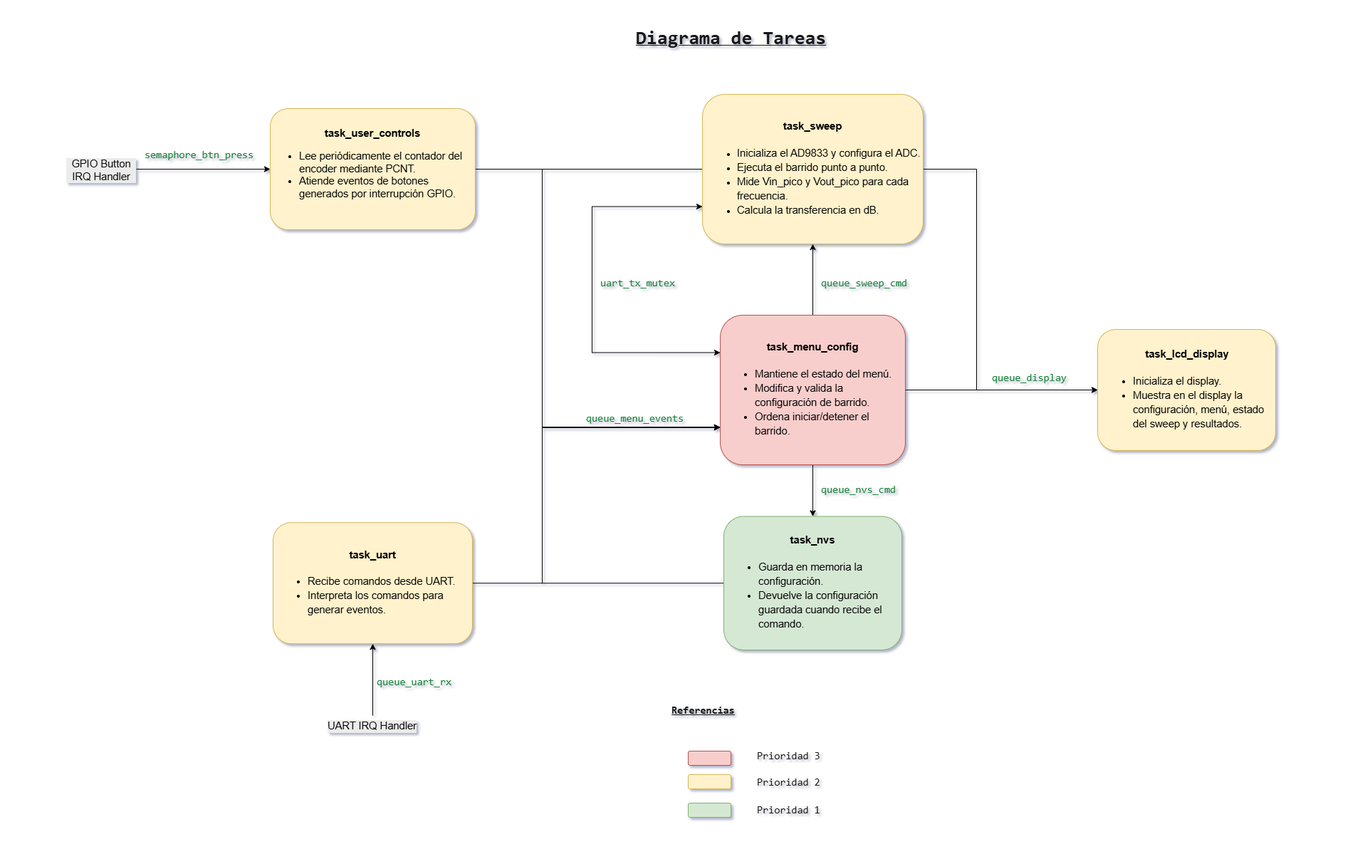
Earlier version of the draw.io export 1_ega/1_informes/Diagrama de Tareas.png (utn-fra-td3/2026_td3). Source tidied: cells renumbered, new cells last; positions are measured from the earlier drawing's top-left corner, leaving out a move shared by most shapes.
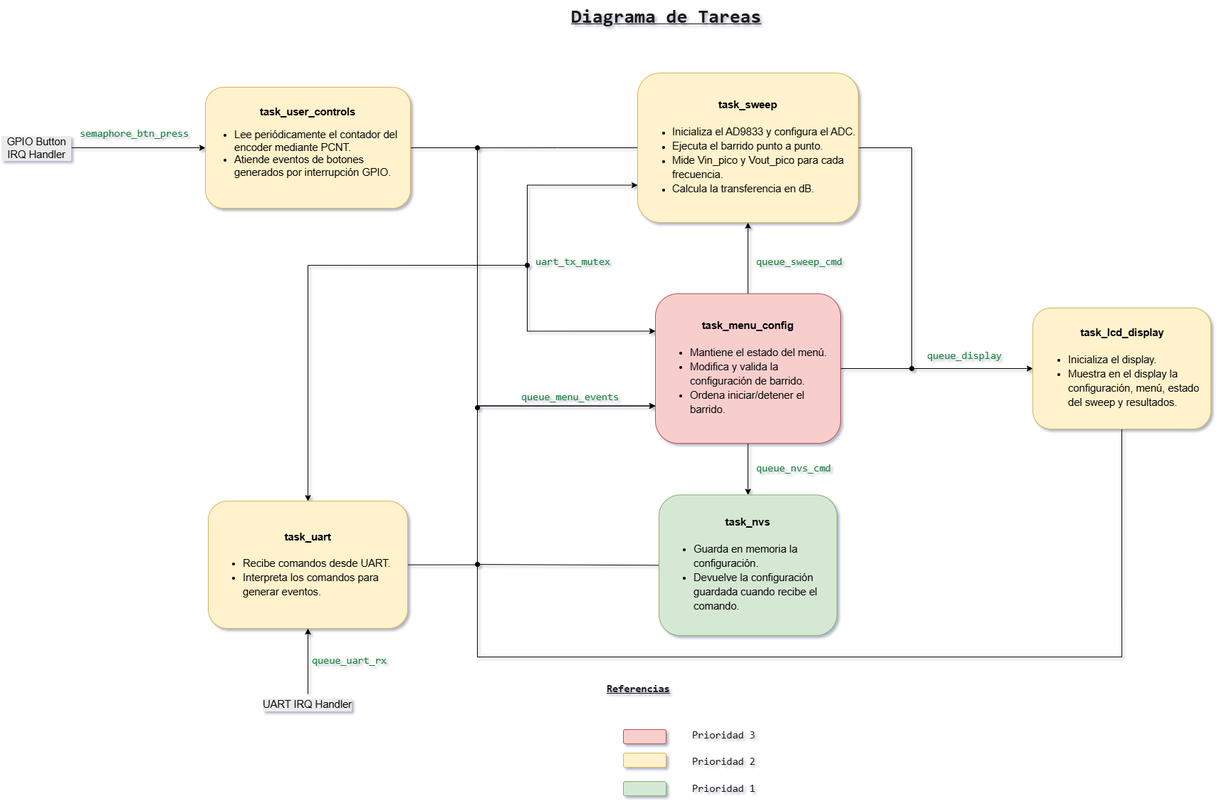
The same diagram one commit later.

Commit message:
actualizar diagrama de tareas

Change to the diagram source:
```diff
@@ -2,22 +2,21 @@
   <root>
     <mxCell id="0" />
     <mxCell id="1" parent="0" />
-    <mxCell id="2" style="edgeStyle=orthogonalEdgeStyle;rounded=0;jettySize=auto;html=1;exitX=1;exitY=0.5;exitDx=0;exitDy=0;entryX=0;entryY=0.75;entryDx=0;entryDy=0;" parent="1" edge="1" source="3" target="7">
-      <mxGeometry relative="1" as="geometry">
-        <Array as="points">
-          <mxPoint x="670" y="207" />
-          <mxPoint x="670" y="569" />
-        </Array>
-      </mxGeometry>
-    </mxCell>
+    <mxCell id="36" style="edgeStyle=orthogonalEdgeStyle;rounded=0;jettySize=auto;html=1;exitX=1;exitY=0.5;exitDx=0;exitDy=0;endArrow=oval;endFill=1;" parent="1" edge="1" source="3">
+      <mxGeometry relative="1" as="geometry">
+        <mxPoint x="670" y="572" as="targetPoint" />
+      </mxGeometry>
+    </mxCell>
     <mxCell id="3" value="&lt;span id=&quot;docs-internal-guid-f5e25c48-7fff-7aae-887c-bf0aa9529bf6&quot;&gt;&lt;span style=&quot;font-size: 11pt; font-family: Arial, sans-serif; background-color: transparent; font-weight: 700; font-variant: normal; vertical-align: baseline; white-space: pre-wrap;&quot;&gt;task_user_controls&lt;/span&gt;&lt;/span&gt;&lt;div&gt;&lt;span style=&quot;font-size: 14.6667px; white-space: pre-wrap; font-family: Arial, sans-serif; background-color: transparent; color: light-dark(rgb(0, 0, 0), rgb(255, 255, 255));&quot;&gt;&lt;ul&gt;&lt;li style=&quot;text-align: left;&quot;&gt;&lt;span style=&quot;font-size: 14.6667px; white-space: pre-wrap; font-family: Arial, sans-serif; background-color: transparent; color: light-dark(rgb(0, 0, 0), rgb(255, 255, 255));&quot;&gt;Lee periódicamente el contador del encoder mediante PCNT.&lt;br&gt;&lt;/span&gt;&lt;/li&gt;&lt;li style=&quot;text-align: left;&quot;&gt;&lt;span style=&quot;font-size: 14.6667px; white-space: pre-wrap; font-family: Arial, sans-serif; background-color: transparent; color: light-dark(rgb(0, 0, 0), rgb(255, 255, 255));&quot;&gt;Atiende eventos de botones generados por interrupción GPIO.&lt;/span&gt;&lt;/li&gt;&lt;/ul&gt;&lt;/span&gt;&lt;/div&gt;" style="rounded=1;whiteSpace=wrap;html=1;fillColor=#fff2cc;strokeColor=#d6b656;" parent="1" vertex="1">
       <mxGeometry x="288" y="122" width="288" height="170" as="geometry" />
     </mxCell>
     <mxCell id="4" style="edgeStyle=orthogonalEdgeStyle;rounded=0;jettySize=auto;html=1;exitX=0.5;exitY=0;exitDx=0;exitDy=0;entryX=0.5;entryY=1;entryDx=0;entryDy=0;" parent="1" edge="1" source="7" target="12">
       <mxGeometry relative="1" as="geometry" />
     </mxCell>
-    <mxCell id="5" style="edgeStyle=orthogonalEdgeStyle;rounded=0;jettySize=auto;html=1;exitX=1;exitY=0.5;exitDx=0;exitDy=0;entryX=0;entryY=0.5;entryDx=0;entryDy=0;" parent="1" edge="1" source="7" target="8">
-      <mxGeometry relative="1" as="geometry" />
+    <mxCell id="5" style="edgeStyle=orthogonalEdgeStyle;rounded=0;jettySize=auto;html=1;exitX=1;exitY=0.5;exitDx=0;exitDy=0;endArrow=oval;endFill=1;" parent="1" edge="1" source="7">
+      <mxGeometry relative="1" as="geometry">
+        <mxPoint x="1280" y="517" as="targetPoint" />
+      </mxGeometry>
     </mxCell>
     <mxCell id="6" style="edgeStyle=orthogonalEdgeStyle;rounded=0;jettySize=auto;html=1;exitX=0.5;exitY=1;exitDx=0;exitDy=0;entryX=0.5;entryY=0;entryDx=0;entryDy=0;" parent="1" edge="1" source="7" target="16">
       <mxGeometry relative="1" as="geometry" />
@@ -25,17 +24,18 @@
     <mxCell id="7" value="&lt;span id=&quot;docs-internal-guid-6e5fd464-7fff-1be0-2956-89928e8632a2&quot;&gt;&lt;span style=&quot;font-size: 11pt; font-family: Arial, sans-serif; background-color: transparent; font-weight: 700; font-variant: normal; vertical-align: baseline; white-space: pre-wrap;&quot;&gt;task_menu_config&lt;/span&gt;&lt;/span&gt;&lt;div&gt;&lt;font face=&quot;Arial, sans-serif&quot;&gt;&lt;span style=&quot;font-size: 14.6667px; white-space-collapse: preserve;&quot;&gt;&lt;b&gt;&lt;br&gt;&lt;/b&gt;&lt;/span&gt;&lt;/font&gt;&lt;span id=&quot;docs-internal-guid-5d39ac99-7fff-78d9-50c1-159be7590bd9&quot;&gt;&lt;ul style=&quot;margin-top:0;margin-bottom:0;padding-inline-start:48px;&quot;&gt;&lt;li dir=&quot;ltr&quot; style=&quot;list-style-type: disc; font-size: 11pt; font-family: Arial, sans-serif; background-color: transparent; font-variant: normal; vertical-align: baseline; white-space: pre;&quot; aria-level=&quot;1&quot;&gt;&lt;p dir=&quot;ltr&quot; style=&quot;text-align: left; line-height: 1.38; margin-top: 0pt; margin-bottom: 0pt;&quot; role=&quot;presentation&quot;&gt;&lt;span style=&quot;font-size: 11pt; background-color: transparent; font-variant: normal; vertical-align: baseline; white-space: pre-wrap;&quot;&gt;Mantiene el estado del menú.&amp;nbsp;&lt;/span&gt;&lt;/p&gt;&lt;/li&gt;&lt;li dir=&quot;ltr&quot; style=&quot;list-style-type: disc; font-size: 11pt; font-family: Arial, sans-serif; background-color: transparent; font-variant: normal; vertical-align: baseline; white-space: pre;&quot; aria-level=&quot;1&quot;&gt;&lt;p dir=&quot;ltr&quot; style=&quot;text-align: left; line-height: 1.38; margin-top: 0pt; margin-bottom: 0pt;&quot; role=&quot;presentation&quot;&gt;&lt;span style=&quot;font-size: 11pt; background-color: transparent; font-variant: normal; vertical-align: baseline; white-space: pre-wrap;&quot;&gt;Modifica y valida la configuración de barrido.&lt;/span&gt;&lt;/p&gt;&lt;/li&gt;&lt;li dir=&quot;ltr&quot; style=&quot;list-style-type: disc; font-size: 11pt; font-family: Arial, sans-serif; background-color: transparent; font-variant: normal; vertical-align: baseline; white-space: pre;&quot; aria-level=&quot;1&quot;&gt;&lt;p dir=&quot;ltr&quot; style=&quot;text-align: left; line-height: 1.38; margin-top: 0pt; margin-bottom: 0pt;&quot; role=&quot;presentation&quot;&gt;&lt;span style=&quot;font-size: 11pt; background-color: transparent; font-variant: normal; vertical-align: baseline; white-space: pre-wrap;&quot;&gt;Ordena iniciar/detener el barrido.&lt;/span&gt;&lt;/p&gt;&lt;/li&gt;&lt;/ul&gt;&lt;/span&gt;&lt;/div&gt;" style="rounded=1;whiteSpace=wrap;html=1;fillColor=#f8cecc;strokeColor=#b85450;" parent="1" vertex="1">
       <mxGeometry x="920" y="412" width="260" height="210" as="geometry" />
     </mxCell>
+    <mxCell id="37" style="edgeStyle=orthogonalEdgeStyle;rounded=0;jettySize=auto;html=1;exitX=0.5;exitY=1;exitDx=0;exitDy=0;endArrow=oval;endFill=1;" parent="1" edge="1" source="8">
+      <mxGeometry relative="1" as="geometry">
+        <mxPoint x="670" y="792" as="targetPoint" />
+        <Array as="points">
+          <mxPoint x="1575" y="922" />
+          <mxPoint x="670" y="922" />
+        </Array>
+      </mxGeometry>
+    </mxCell>
     <mxCell id="8" value="&lt;div style=&quot;text-align: center;&quot;&gt;&lt;span style=&quot;background-color: transparent; font-family: Arial, sans-serif; font-size: 11pt; font-weight: 700; white-space: pre-wrap; color: light-dark(rgb(0, 0, 0), rgb(255, 255, 255));&quot;&gt;task_lcd_display&lt;/span&gt;&lt;/div&gt;&lt;div style=&quot;text-align: center;&quot;&gt;&lt;span style=&quot;background-color: transparent; font-family: Arial, sans-serif; font-size: 11pt; font-weight: 700; white-space: pre-wrap; color: light-dark(rgb(0, 0, 0), rgb(255, 255, 255));&quot;&gt;&lt;br&gt;&lt;/span&gt;&lt;/div&gt;&lt;div&gt;&lt;span id=&quot;docs-internal-guid-ec5ddbe6-7fff-3eb4-f74c-44f2345db2f4&quot;&gt;&lt;ul style=&quot;margin-top:0;margin-bottom:0;padding-inline-start:48px;&quot;&gt;&lt;li dir=&quot;ltr&quot; style=&quot;list-style-type: disc; font-size: 11pt; font-family: Arial, sans-serif; background-color: transparent; font-variant: normal; vertical-align: baseline; white-space: pre;&quot; aria-level=&quot;1&quot;&gt;&lt;p dir=&quot;ltr&quot; style=&quot;line-height:1.38;margin-top:0pt;margin-bottom:0pt;&quot; role=&quot;presentation&quot;&gt;&lt;span style=&quot;font-size: 11pt; background-color: transparent; font-variant: normal; vertical-align: baseline; white-space: pre-wrap;&quot;&gt;Inicializa el display.&lt;/span&gt;&lt;/p&gt;&lt;/li&gt;&lt;li dir=&quot;ltr&quot; style=&quot;list-style-type: disc; font-size: 11pt; font-family: Arial, sans-serif; background-color: transparent; font-variant: normal; vertical-align: baseline; white-space: pre;&quot; aria-level=&quot;1&quot;&gt;&lt;p dir=&quot;ltr&quot; style=&quot;line-height:1.38;margin-top:0pt;margin-bottom:0pt;&quot; role=&quot;presentation&quot;&gt;&lt;span style=&quot;font-size: 11pt; background-color: transparent; font-variant: normal; vertical-align: baseline; white-space: pre-wrap;&quot;&gt;Muestra en el display la configuración, menú, estado del sweep y resultados.&lt;/span&gt;&lt;/p&gt;&lt;/li&gt;&lt;/ul&gt;&lt;/span&gt;&lt;/div&gt;" style="rounded=1;whiteSpace=wrap;html=1;fillColor=#FFF2CC;strokeColor=#D6B656;align=left;" parent="1" vertex="1">
       <mxGeometry x="1450" y="432" width="250" height="170" as="geometry" />
     </mxCell>
-    <mxCell id="9" style="edgeStyle=orthogonalEdgeStyle;rounded=0;jettySize=auto;html=1;exitX=0;exitY=0.5;exitDx=0;exitDy=0;entryX=0;entryY=0.75;entryDx=0;entryDy=0;" parent="1" edge="1" source="12" target="7">
-      <mxGeometry relative="1" as="geometry">
-        <Array as="points">
-          <mxPoint x="670" y="207" />
-          <mxPoint x="670" y="569" />
-        </Array>
-      </mxGeometry>
-    </mxCell>
     <mxCell id="10" style="edgeStyle=orthogonalEdgeStyle;rounded=0;jettySize=auto;html=1;exitX=1;exitY=0.5;exitDx=0;exitDy=0;entryX=0;entryY=0.5;entryDx=0;entryDy=0;" parent="1" edge="1" source="12" target="8">
       <mxGeometry relative="1" as="geometry">
         <Array as="points">
@@ -52,30 +52,44 @@
         </Array>
       </mxGeometry>
     </mxCell>
+    <mxCell id="38" style="edgeStyle=orthogonalEdgeStyle;rounded=0;jettySize=auto;html=1;exitX=0;exitY=0.5;exitDx=0;exitDy=0;endArrow=oval;endFill=1;" parent="1" edge="1" source="12">
+      <mxGeometry relative="1" as="geometry">
+        <mxPoint x="670" y="207.1" as="targetPoint" />
+      </mxGeometry>
+    </mxCell>
     <mxCell id="12" value="&lt;span id=&quot;docs-internal-guid-1cc1457f-7fff-a1cf-8beb-b9941dfd34c7&quot;&gt;&lt;span style=&quot;font-size: 11pt; font-family: Arial, sans-serif; background-color: transparent; font-weight: 700; font-variant: normal; vertical-align: baseline; white-space: pre-wrap;&quot;&gt;task_sweep&lt;/span&gt;&lt;/span&gt;&lt;div&gt;&lt;font face=&quot;Arial, sans-serif&quot;&gt;&lt;span style=&quot;font-size: 14.6667px; white-space-collapse: preserve;&quot;&gt;&lt;b&gt;&lt;br&gt;&lt;/b&gt;&lt;/span&gt;&lt;/font&gt;&lt;div&gt;&lt;span id=&quot;docs-internal-guid-a4668f82-7fff-54fa-a204-dd823b2c8a82&quot;&gt;&lt;ul style=&quot;margin-top:0;margin-bottom:0;padding-inline-start:48px;&quot;&gt;&lt;li dir=&quot;ltr&quot; style=&quot;list-style-type: disc; background-color: transparent; font-variant-numeric: normal; font-variant-east-asian: normal; font-variant-alternates: normal; font-variant-position: normal; font-variant-emoji: normal; vertical-align: baseline;&quot; aria-level=&quot;1&quot;&gt;&lt;p dir=&quot;ltr&quot; style=&quot;text-align: left; line-height: 1.38; margin-top: 0pt; margin-bottom: 0pt;&quot; role=&quot;presentation&quot;&gt;&lt;font face=&quot;Arial, sans-serif&quot;&gt;&lt;span style=&quot;font-size: 14.6667px; white-space-collapse: preserve;&quot;&gt;Inicializa el AD9833 y configura el ADC.&lt;/span&gt;&lt;/font&gt;&lt;/p&gt;&lt;/li&gt;&lt;li dir=&quot;ltr&quot; style=&quot;list-style-type: disc; background-color: transparent; font-variant-numeric: normal; font-variant-east-asian: normal; font-variant-alternates: normal; font-variant-position: normal; font-variant-emoji: normal; vertical-align: baseline;&quot; aria-level=&quot;1&quot;&gt;&lt;p dir=&quot;ltr&quot; style=&quot;text-align: left; line-height: 1.38; margin-top: 0pt; margin-bottom: 0pt;&quot; role=&quot;presentation&quot;&gt;&lt;font face=&quot;Arial, sans-serif&quot;&gt;&lt;span style=&quot;font-size: 14.6667px; white-space-collapse: preserve;&quot;&gt;Ejecuta el barrido punto a punto.&lt;/span&gt;&lt;/font&gt;&lt;/p&gt;&lt;/li&gt;&lt;li dir=&quot;ltr&quot; style=&quot;list-style-type: disc; background-color: transparent; font-variant-numeric: normal; font-variant-east-asian: normal; font-variant-alternates: normal; font-variant-position: normal; font-variant-emoji: normal; vertical-align: baseline;&quot; aria-level=&quot;1&quot;&gt;&lt;p dir=&quot;ltr&quot; style=&quot;text-align: left; line-height: 1.38; margin-top: 0pt; margin-bottom: 0pt;&quot; role=&quot;presentation&quot;&gt;&lt;font face=&quot;Arial, sans-serif&quot;&gt;&lt;span style=&quot;font-size: 14.6667px; white-space-collapse: preserve;&quot;&gt;Mide Vin_pico y Vout_pico para cada frecuencia.&lt;/span&gt;&lt;/font&gt;&lt;/p&gt;&lt;/li&gt;&lt;li dir=&quot;ltr&quot; style=&quot;list-style-type: disc; background-color: transparent; font-variant-numeric: normal; font-variant-east-asian: normal; font-variant-alternates: normal; font-variant-position: normal; font-variant-emoji: normal; vertical-align: baseline;&quot; aria-level=&quot;1&quot;&gt;&lt;p dir=&quot;ltr&quot; style=&quot;text-align: left; line-height: 1.38; margin-top: 0pt; margin-bottom: 0pt;&quot; role=&quot;presentation&quot;&gt;&lt;font face=&quot;Arial, sans-serif&quot;&gt;&lt;span style=&quot;font-size: 14.6667px; white-space-collapse: preserve;&quot;&gt;Calcula la transferencia en dB.&lt;/span&gt;&lt;/font&gt;&lt;/p&gt;&lt;/li&gt;&lt;/ul&gt;&lt;/span&gt;&lt;/div&gt;&lt;/div&gt;" style="rounded=1;whiteSpace=wrap;html=1;fillColor=#FFF2CC;strokeColor=#D6B656;align=center;" parent="1" vertex="1">
       <mxGeometry x="895" y="102" width="310" height="210" as="geometry" />
     </mxCell>
     <mxCell id="13" style="edgeStyle=orthogonalEdgeStyle;rounded=0;jettySize=auto;html=1;exitX=1;exitY=0.5;exitDx=0;exitDy=0;entryX=0;entryY=0.75;entryDx=0;entryDy=0;" parent="1" edge="1" source="14" target="7">
       <mxGeometry relative="1" as="geometry">
         <Array as="points">
-          <mxPoint x="670" y="788" />
-          <mxPoint x="670" y="569" />
+          <mxPoint x="670" y="793" />
+          <mxPoint x="670" y="570" />
         </Array>
       </mxGeometry>
     </mxCell>
+    <mxCell id="39" style="edgeStyle=orthogonalEdgeStyle;rounded=0;jettySize=auto;html=1;exitX=0.5;exitY=0;exitDx=0;exitDy=0;endArrow=oval;endFill=1;startArrow=classic;startFill=1;" parent="1" edge="1" source="14">
+      <mxGeometry relative="1" as="geometry">
+        <mxPoint x="740" y="372" as="targetPoint" />
+        <Array as="points">
+          <mxPoint x="432" y="372" />
+        </Array>
+      </mxGeometry>
+    </mxCell>
     <mxCell id="14" value="&lt;span id=&quot;docs-internal-guid-1eb24435-7fff-325e-03cc-9f2f78692a3b&quot;&gt;&lt;span style=&quot;font-size: 11pt; font-family: Arial, sans-serif; background-color: transparent; font-weight: 700; font-variant: normal; vertical-align: baseline; white-space: pre-wrap;&quot;&gt;task_uart&lt;/span&gt;&lt;/span&gt;&lt;div&gt;&lt;font face=&quot;Arial, sans-serif&quot;&gt;&lt;span style=&quot;font-size: 14.6667px; white-space-collapse: preserve;&quot;&gt;&lt;b&gt;&lt;br&gt;&lt;/b&gt;&lt;/span&gt;&lt;/font&gt;&lt;div&gt;&lt;span style=&quot;background-color: transparent; color: rgb(23, 23, 23);&quot;&gt;&lt;span id=&quot;docs-internal-guid-3b58ae1b-7fff-295e-95f2-402542c14e5a&quot; style=&quot;&quot;&gt;&lt;ul style=&quot;margin-top: 0px; margin-bottom: 0px; padding-inline-start: 48px;&quot;&gt;&lt;li dir=&quot;ltr&quot; style=&quot;color: rgb(0, 0, 0); font-family: Arial, sans-serif; font-size: 11pt; white-space: pre; list-style-type: disc; background-color: transparent; font-variant: normal; vertical-align: baseline;&quot; aria-level=&quot;1&quot;&gt;&lt;p dir=&quot;ltr&quot; style=&quot;text-align: left; line-height: 1.38; margin-top: 0pt; margin-bottom: 0pt;&quot; role=&quot;presentation&quot;&gt;&lt;span style=&quot;font-size: 11pt; background-color: transparent; font-variant: normal; vertical-align: baseline; white-space: pre-wrap;&quot;&gt;Recibe comandos desde UART.&lt;/span&gt;&lt;/p&gt;&lt;/li&gt;&lt;li dir=&quot;ltr&quot; style=&quot;color: rgb(0, 0, 0); font-family: Arial, sans-serif; font-size: 11pt; white-space: pre; list-style-type: disc; background-color: transparent; font-variant: normal; vertical-align: baseline;&quot; aria-level=&quot;1&quot;&gt;&lt;p dir=&quot;ltr&quot; style=&quot;text-align: left; line-height: 1.38; margin-top: 0pt; margin-bottom: 0pt;&quot; role=&quot;presentation&quot;&gt;&lt;span style=&quot;font-size: 11pt; background-color: transparent; font-variant: normal; vertical-align: baseline; white-space: pre-wrap;&quot;&gt;Interpreta los comandos para generar eventos.&lt;/span&gt;&lt;/p&gt;&lt;/li&gt;&lt;/ul&gt;&lt;/span&gt;&lt;/span&gt;&lt;/div&gt;&lt;/div&gt;" style="rounded=1;whiteSpace=wrap;html=1;fillColor=#fff2cc;strokeColor=#d6b656;" parent="1" vertex="1">
-      <mxGeometry x="292" y="703.2" width="280" height="170" as="geometry" />
+      <mxGeometry x="292" y="703.2" width="280" height="178.8" as="geometry" />
     </mxCell>
     <mxCell id="15" style="edgeStyle=orthogonalEdgeStyle;rounded=0;jettySize=auto;html=1;exitX=0;exitY=0.5;exitDx=0;exitDy=0;entryX=0;entryY=0.75;entryDx=0;entryDy=0;" parent="1" edge="1" source="16" target="7">
       <mxGeometry relative="1" as="geometry">
         <Array as="points">
-          <mxPoint x="670" y="788" />
-          <mxPoint x="670" y="569" />
+          <mxPoint x="925" y="792" />
+          <mxPoint x="670" y="792" />
+          <mxPoint x="670" y="570" />
         </Array>
       </mxGeometry>
     </mxCell>
     <mxCell id="16" value="&lt;span id=&quot;docs-internal-guid-a7e25e7e-7fff-7f39-daf7-405a087e2625&quot;&gt;&lt;span style=&quot;font-size: 11pt; font-family: Arial, sans-serif; background-color: transparent; font-weight: 700; font-variant: normal; vertical-align: baseline; white-space: pre-wrap;&quot;&gt;task_nvs&lt;/span&gt;&lt;/span&gt;&lt;div&gt;&lt;font face=&quot;Arial, sans-serif&quot;&gt;&lt;span style=&quot;font-size: 14.6667px; white-space-collapse: preserve;&quot;&gt;&lt;b&gt;&lt;br&gt;&lt;/b&gt;&lt;/span&gt;&lt;/font&gt;&lt;div&gt;&lt;span id=&quot;docs-internal-guid-966057dd-7fff-1ab2-a682-61503ede130f&quot;&gt;&lt;ul style=&quot;margin-top:0;margin-bottom:0;padding-inline-start:48px;&quot;&gt;&lt;li dir=&quot;ltr&quot; style=&quot;list-style-type: disc; font-size: 11pt; font-family: Arial, sans-serif; background-color: transparent; font-variant: normal; vertical-align: baseline; white-space: pre;&quot; aria-level=&quot;1&quot;&gt;&lt;p dir=&quot;ltr&quot; style=&quot;text-align: left; line-height: 1.38; margin-top: 0pt; margin-bottom: 0pt;&quot; role=&quot;presentation&quot;&gt;&lt;span style=&quot;font-size: 11pt; background-color: transparent; font-variant: normal; vertical-align: baseline; white-space: pre-wrap;&quot;&gt;Guarda en memoria la configuración.&lt;/span&gt;&lt;/p&gt;&lt;/li&gt;&lt;li dir=&quot;ltr&quot; style=&quot;list-style-type: disc; font-size: 11pt; font-family: Arial, sans-serif; background-color: transparent; font-variant: normal; vertical-align: baseline; white-space: pre;&quot; aria-level=&quot;1&quot;&gt;&lt;p dir=&quot;ltr&quot; style=&quot;text-align: left; line-height: 1.38; margin-top: 0pt; margin-bottom: 0pt;&quot; role=&quot;presentation&quot;&gt;&lt;span style=&quot;font-size: 11pt; background-color: transparent; font-variant: normal; vertical-align: baseline; white-space: pre-wrap;&quot;&gt;Devuelve la configuración guardada cuando recibe el comando.&lt;/span&gt;&lt;/p&gt;&lt;/li&gt;&lt;/ul&gt;&lt;/span&gt;&lt;/div&gt;&lt;/div&gt;" style="rounded=1;whiteSpace=wrap;html=1;fillColor=#d5e8d4;strokeColor=#82b366;" parent="1" vertex="1">
-      <mxGeometry x="925" y="694.5" width="250" height="187.5" as="geometry" />
+      <mxGeometry x="925" y="694.5" width="250" height="197.5" as="geometry" />
     </mxCell>
     <mxCell id="17" value="&lt;span id=&quot;docs-internal-guid-f74ef17c-7fff-99b8-f9c0-f79c766786f5&quot;&gt;&lt;span style=&quot;font-size: 11pt; font-family: &amp;quot;Roboto Mono&amp;quot;, monospace; color: rgb(24, 128, 56); background-color: transparent; font-variant: normal; vertical-align: baseline; white-space: pre-wrap;&quot;&gt;queue_nvs_cmd&lt;/span&gt;&lt;/span&gt;" style="text;whiteSpace=wrap;html=1;" parent="1" vertex="1">
       <mxGeometry x="1060" y="642" width="140" height="40" as="geometry" />
```
